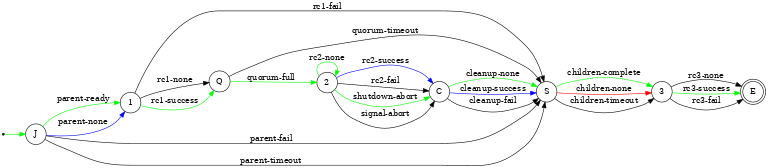
Before: src/broker/doc/states_norm.png, a diagram exported from Graphviz (flux-framework/flux-core). Its source is kept beside it as src/broker/doc/states_norm.dot.
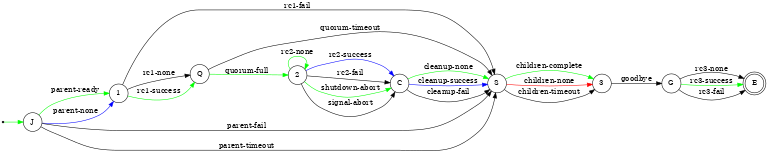
Above is the later version.

Commit message:
broker: add GOODBYE state

The edit, as a diff of the source:
```diff
@@ -28,7 +28,8 @@
     S -> 3 [ label = "children-complete", color = "green" ];
     S -> 3 [ label = "children-none", color = "red" ];
     S -> 3 [ label = "children-timeout" ];
-    3 -> E [ label = "rc3-none" ];
-    3 -> E [ label = "rc3-success", color = "green" ];
-    3 -> E [ label = "rc3-fail" ];
+    3 -> G [ label = "goodbye" ];
+    G -> E [ label = "rc3-none" ];
+    G -> E [ label = "rc3-success", color = "green" ];
+    G -> E [ label = "rc3-fail" ];
 }
```
